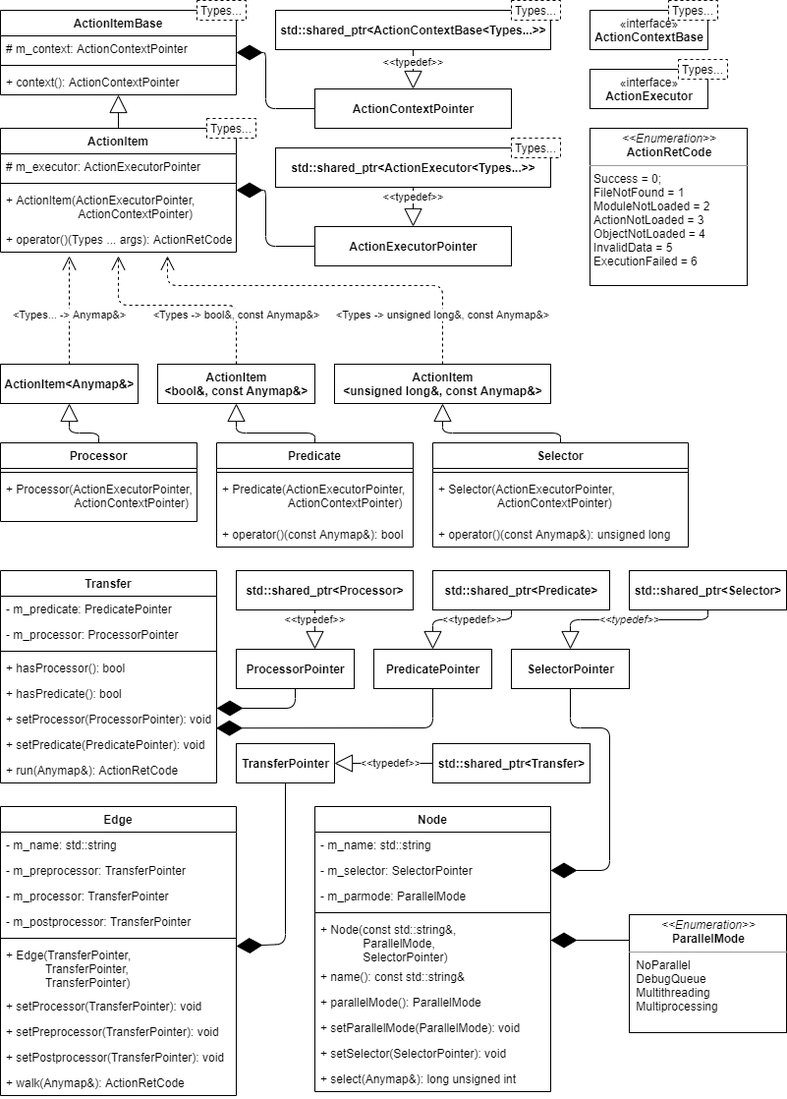
This is 04 - ВКРы/2021-2022 - Разработка компонентов comsdk/01 - Пояснительная записка/figures/UML.everything.png from ITesserakt/Kodept, a draw.io export, as it was before one commit. Source tidied: cells renumbered, new cells last; positions are measured from the earlier drawing's top-left corner, leaving out a move shared by most shapes.
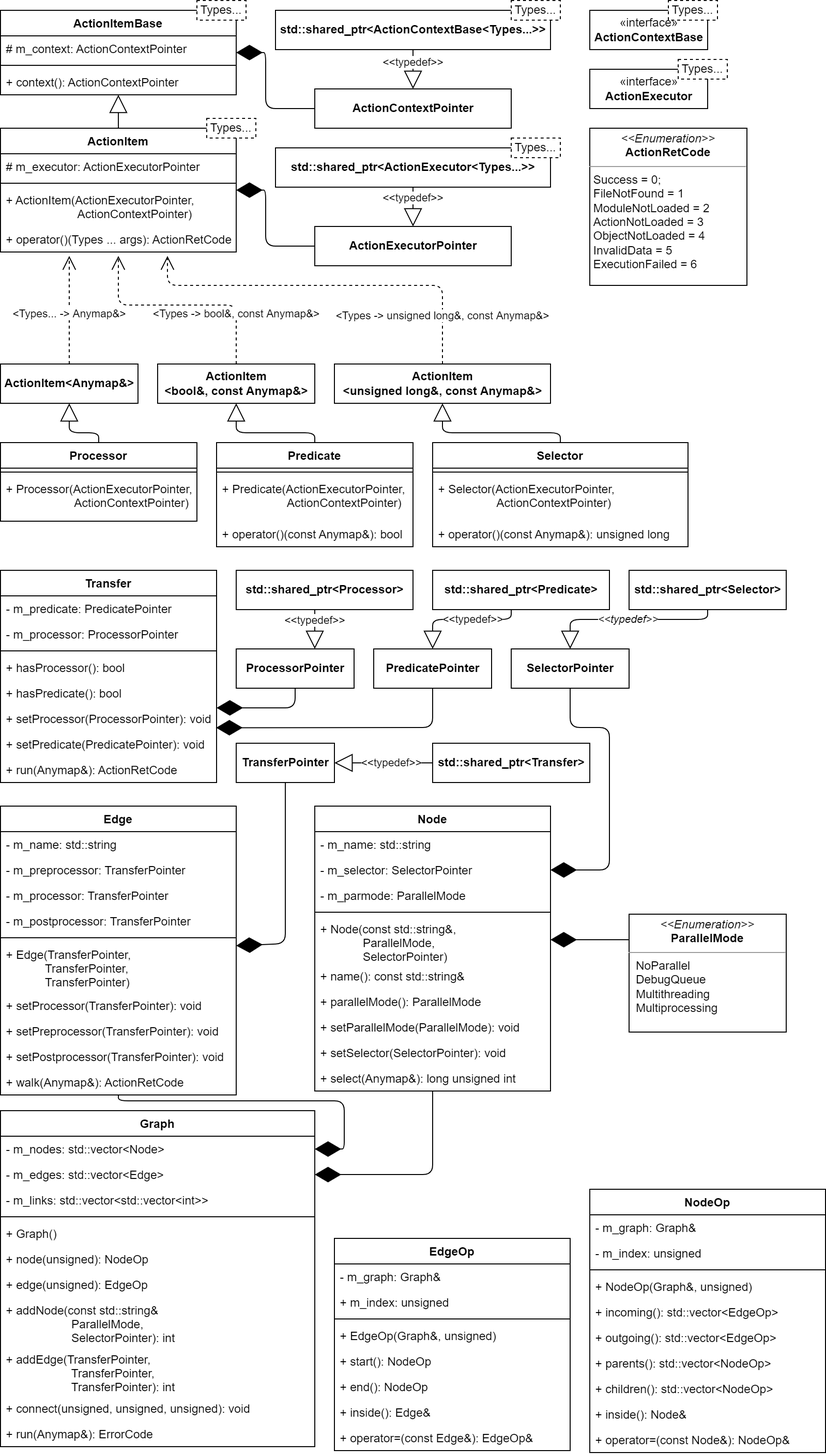
The same file after the commit.

Change to the diagram source:
```diff
@@ -363,5 +363,117 @@
     <mxCell id="97" value="+ select(Anymap&amp;): long unsigned int" style="text;strokeColor=none;fillColor=none;align=left;verticalAlign=top;spacingLeft=4;spacingRight=4;overflow=hidden;" parent="87" vertex="1">
       <mxGeometry y="264" width="240" height="26" as="geometry" />
     </mxCell>
+    <mxCell id="98" value="Graph" style="swimlane;fontStyle=1;align=center;verticalAlign=top;horizontal=1;startSize=26;" parent="1" vertex="1">
+      <mxGeometry y="1130" width="320" height="342" as="geometry" />
+    </mxCell>
+    <mxCell id="99" value="- m_nodes: std::vector&lt;Node&gt;" style="text;strokeColor=none;fillColor=none;align=left;verticalAlign=top;spacingLeft=4;spacingRight=4;overflow=hidden;points=[[0,0.5],[1,0.5]];portConstraint=eastwest;" parent="98" vertex="1">
+      <mxGeometry y="26" width="320" height="26" as="geometry" />
+    </mxCell>
+    <mxCell id="100" value="- m_edges: std::vector&lt;Edge&gt;" style="text;strokeColor=none;fillColor=none;align=left;verticalAlign=top;spacingLeft=4;spacingRight=4;overflow=hidden;points=[[0,0.5],[1,0.5]];portConstraint=eastwest;" parent="98" vertex="1">
+      <mxGeometry y="52" width="320" height="26" as="geometry" />
+    </mxCell>
+    <mxCell id="101" value="- m_links: std::vector&lt;std::vector&lt;int&gt;&gt;" style="text;strokeColor=none;fillColor=none;align=left;verticalAlign=top;spacingLeft=4;spacingRight=4;overflow=hidden;" parent="98" vertex="1">
+      <mxGeometry y="78" width="320" height="26" as="geometry" />
+    </mxCell>
+    <mxCell id="102" style="line;strokeWidth=1;fillColor=none;align=left;verticalAlign=middle;spacingTop=-1;spacingLeft=3;spacingRight=3;labelPosition=right;" parent="98" vertex="1">
+      <mxGeometry y="104" width="320" height="8" as="geometry" />
+    </mxCell>
+    <mxCell id="103" value="+ Graph()" style="text;strokeColor=none;fillColor=none;align=left;verticalAlign=top;spacingLeft=4;spacingRight=4;overflow=hidden;" parent="98" vertex="1">
+      <mxGeometry y="112" width="320" height="26" as="geometry" />
+    </mxCell>
+    <mxCell id="104" value="+ node(unsigned): NodeOp" style="text;strokeColor=none;fillColor=none;align=left;verticalAlign=top;spacingLeft=4;spacingRight=4;overflow=hidden;" parent="98" vertex="1">
+      <mxGeometry y="138" width="320" height="26" as="geometry" />
+    </mxCell>
+    <mxCell id="105" value="+ edge(unsigned): EdgeOp" style="text;strokeColor=none;fillColor=none;align=left;verticalAlign=top;spacingLeft=4;spacingRight=4;overflow=hidden;" parent="98" vertex="1">
+      <mxGeometry y="164" width="320" height="26" as="geometry" />
+    </mxCell>
+    <mxCell id="106" value="+ addNode(const std::string&amp;&#10;                    ParallelMode,&#10;                    SelectorPointer): int" style="text;strokeColor=none;fillColor=none;align=left;verticalAlign=top;spacingLeft=4;spacingRight=4;overflow=hidden;" parent="98" vertex="1">
+      <mxGeometry y="190" width="320" height="50" as="geometry" />
+    </mxCell>
+    <mxCell id="107" value="+ addEdge(TransferPointer,&#10;                    TransferPointer,&#10;                    TransferPointer): int" style="text;strokeColor=none;fillColor=none;align=left;verticalAlign=top;spacingLeft=4;spacingRight=4;overflow=hidden;" parent="98" vertex="1">
+      <mxGeometry y="240" width="320" height="50" as="geometry" />
+    </mxCell>
+    <mxCell id="108" value="+ connect(unsigned, unsigned, unsigned): void" style="text;strokeColor=none;fillColor=none;align=left;verticalAlign=top;spacingLeft=4;spacingRight=4;overflow=hidden;" parent="98" vertex="1">
+      <mxGeometry y="290" width="320" height="26" as="geometry" />
+    </mxCell>
+    <mxCell id="109" value="+ run(Anymap&amp;): ErrorCode" style="text;strokeColor=none;fillColor=none;align=left;verticalAlign=top;spacingLeft=4;spacingRight=4;overflow=hidden;" parent="98" vertex="1">
+      <mxGeometry y="316" width="320" height="26" as="geometry" />
+    </mxCell>
+    <mxCell id="110" style="endArrow=diamondThin;endFill=1;endSize=24;html=1;rounded=1;edgeStyle=orthogonalEdgeStyle;" parent="1" edge="1" source="66" target="99">
+      <mxGeometry relative="1" as="geometry">
+        <Array as="points">
+          <mxPoint x="120" y="1120" />
+          <mxPoint x="350" y="1120" />
+          <mxPoint x="350" y="1169" />
+        </Array>
+      </mxGeometry>
+    </mxCell>
+    <mxCell id="111" style="endArrow=diamondThin;endFill=1;endSize=24;html=1;rounded=1;edgeStyle=orthogonalEdgeStyle;" parent="1" edge="1" source="87" target="100">
+      <mxGeometry relative="1" as="geometry">
+        <Array as="points">
+          <mxPoint x="440" y="1195" />
+        </Array>
+      </mxGeometry>
+    </mxCell>
+    <mxCell id="112" value="NodeOp" style="swimlane;fontStyle=1;align=center;verticalAlign=top;horizontal=1;startSize=26;" parent="1" vertex="1">
+      <mxGeometry x="600" y="1210" width="240" height="268" as="geometry" />
+    </mxCell>
+    <mxCell id="113" value="- m_graph: Graph&amp;" style="text;strokeColor=none;fillColor=none;align=left;verticalAlign=top;spacingLeft=4;spacingRight=4;overflow=hidden;" parent="112" vertex="1">
+      <mxGeometry y="26" width="240" height="26" as="geometry" />
+    </mxCell>
+    <mxCell id="114" value="- m_index: unsigned" style="text;strokeColor=none;fillColor=none;align=left;verticalAlign=top;spacingLeft=4;spacingRight=4;overflow=hidden;" parent="112" vertex="1">
+      <mxGeometry y="52" width="240" height="26" as="geometry" />
+    </mxCell>
+    <mxCell id="115" style="line;strokeWidth=1;fillColor=none;align=left;verticalAlign=middle;spacingTop=-1;spacingLeft=3;spacingRight=3;labelPosition=right;" parent="112" vertex="1">
+      <mxGeometry y="78" width="240" height="8" as="geometry" />
+    </mxCell>
+    <mxCell id="116" value="+ NodeOp(Graph&amp;, unsigned)" style="text;strokeColor=none;fillColor=none;align=left;verticalAlign=top;spacingLeft=4;spacingRight=4;overflow=hidden;fontFamily=Helvetica;" parent="112" vertex="1">
+      <mxGeometry y="86" width="240" height="26" as="geometry" />
+    </mxCell>
+    <mxCell id="117" value="+ incoming(): std::vector&lt;EdgeOp&gt;" style="text;strokeColor=none;fillColor=none;align=left;verticalAlign=top;spacingLeft=4;spacingRight=4;overflow=hidden;" parent="112" vertex="1">
+      <mxGeometry y="112" width="240" height="26" as="geometry" />
+    </mxCell>
+    <mxCell id="118" value="+ outgoing(): std::vector&lt;EdgeOp&gt;" style="text;strokeColor=none;fillColor=none;align=left;verticalAlign=top;spacingLeft=4;spacingRight=4;overflow=hidden;" parent="112" vertex="1">
+      <mxGeometry y="138" width="240" height="26" as="geometry" />
+    </mxCell>
+    <mxCell id="119" value="+ parents(): std::vector&lt;NodeOp&gt;" style="text;strokeColor=none;fillColor=none;align=left;verticalAlign=top;spacingLeft=4;spacingRight=4;overflow=hidden;" parent="112" vertex="1">
+      <mxGeometry y="164" width="240" height="26" as="geometry" />
+    </mxCell>
+    <mxCell id="120" value="+ children(): std::vector&lt;NodeOp&gt;" style="text;strokeColor=none;fillColor=none;align=left;verticalAlign=top;spacingLeft=4;spacingRight=4;overflow=hidden;" parent="112" vertex="1">
+      <mxGeometry y="190" width="240" height="26" as="geometry" />
+    </mxCell>
+    <mxCell id="121" value="+ inside(): Node&amp;" style="text;strokeColor=none;fillColor=none;align=left;verticalAlign=top;spacingLeft=4;spacingRight=4;overflow=hidden;" parent="112" vertex="1">
+      <mxGeometry y="216" width="240" height="26" as="geometry" />
+    </mxCell>
+    <mxCell id="122" value="+ operator=(const Node&amp;): NodeOp&amp;" style="text;strokeColor=none;fillColor=none;align=left;verticalAlign=top;spacingLeft=4;spacingRight=4;overflow=hidden;" parent="112" vertex="1">
+      <mxGeometry y="242" width="240" height="26" as="geometry" />
+    </mxCell>
+    <mxCell id="123" value="EdgeOp" style="swimlane;fontStyle=1;align=center;verticalAlign=top;horizontal=1;startSize=26;" parent="1" vertex="1">
+      <mxGeometry x="340" y="1260" width="240" height="216" as="geometry" />
+    </mxCell>
+    <mxCell id="124" value="- m_graph: Graph&amp;" style="text;strokeColor=none;fillColor=none;align=left;verticalAlign=top;spacingLeft=4;spacingRight=4;overflow=hidden;" parent="123" vertex="1">
+      <mxGeometry y="26" width="240" height="26" as="geometry" />
+    </mxCell>
+    <mxCell id="125" value="+ m_index: unsigned" style="text;strokeColor=none;fillColor=none;align=left;verticalAlign=top;spacingLeft=4;spacingRight=4;overflow=hidden;" parent="123" vertex="1">
+      <mxGeometry y="52" width="240" height="26" as="geometry" />
+    </mxCell>
+    <mxCell id="126" style="line;strokeWidth=1;fillColor=none;align=left;verticalAlign=middle;spacingTop=-1;spacingLeft=3;spacingRight=3;labelPosition=right;" parent="123" vertex="1">
+      <mxGeometry y="78" width="240" height="8" as="geometry" />
+    </mxCell>
+    <mxCell id="127" value="+ EdgeOp(Graph&amp;, unsigned)" style="text;strokeColor=none;fillColor=none;align=left;verticalAlign=top;spacingLeft=4;spacingRight=4;overflow=hidden;fontFamily=Helvetica;" parent="123" vertex="1">
+      <mxGeometry y="86" width="240" height="26" as="geometry" />
+    </mxCell>
+    <mxCell id="128" value="+ start(): NodeOp" style="text;strokeColor=none;fillColor=none;align=left;verticalAlign=top;spacingLeft=4;spacingRight=4;overflow=hidden;" parent="123" vertex="1">
+      <mxGeometry y="112" width="240" height="26" as="geometry" />
+    </mxCell>
+    <mxCell id="129" value="+ end(): NodeOp" style="text;strokeColor=none;fillColor=none;align=left;verticalAlign=top;spacingLeft=4;spacingRight=4;overflow=hidden;" parent="123" vertex="1">
+      <mxGeometry y="138" width="240" height="26" as="geometry" />
+    </mxCell>
+    <mxCell id="130" value="+ inside(): Edge&amp;" style="text;strokeColor=none;fillColor=none;align=left;verticalAlign=top;spacingLeft=4;spacingRight=4;overflow=hidden;" parent="123" vertex="1">
+      <mxGeometry y="164" width="240" height="26" as="geometry" />
+    </mxCell>
+    <mxCell id="131" value="+ operator=(const Edge&amp;): EdgeOp&amp;" style="text;strokeColor=none;fillColor=none;align=left;verticalAlign=top;spacingLeft=4;spacingRight=4;overflow=hidden;" parent="123" vertex="1">
+      <mxGeometry y="190" width="240" height="26" as="geometry" />
+    </mxCell>
   </root>
 </mxGraphModel>
```
